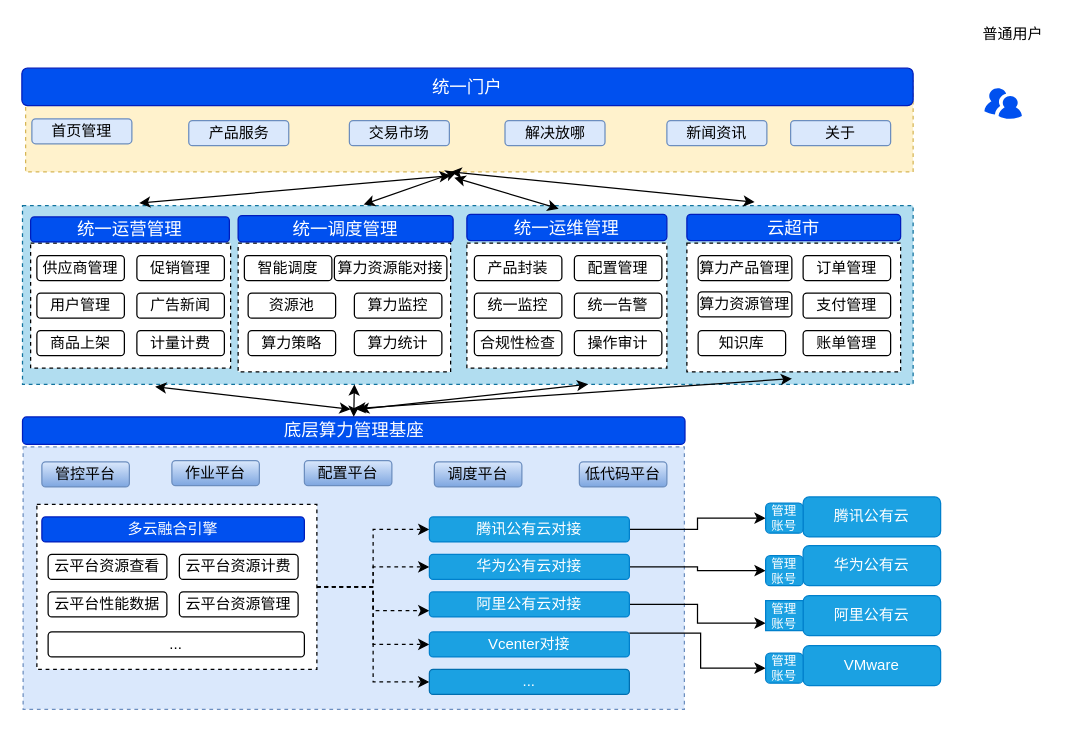
Earlier version of the draw.io diagram page "总体建设方案" (7 of 9) of Some CMP Arc.drawio (GrissonWu07/somearc). Source tidied: cells renumbered, new cells numbered last; positions are measured from the earlier drawing's top-left corner, leaving out a move shared by most shapes. Both pictures are drawn from the tidied source at 125%, with x=0, y=0 at pixel (21, 21).
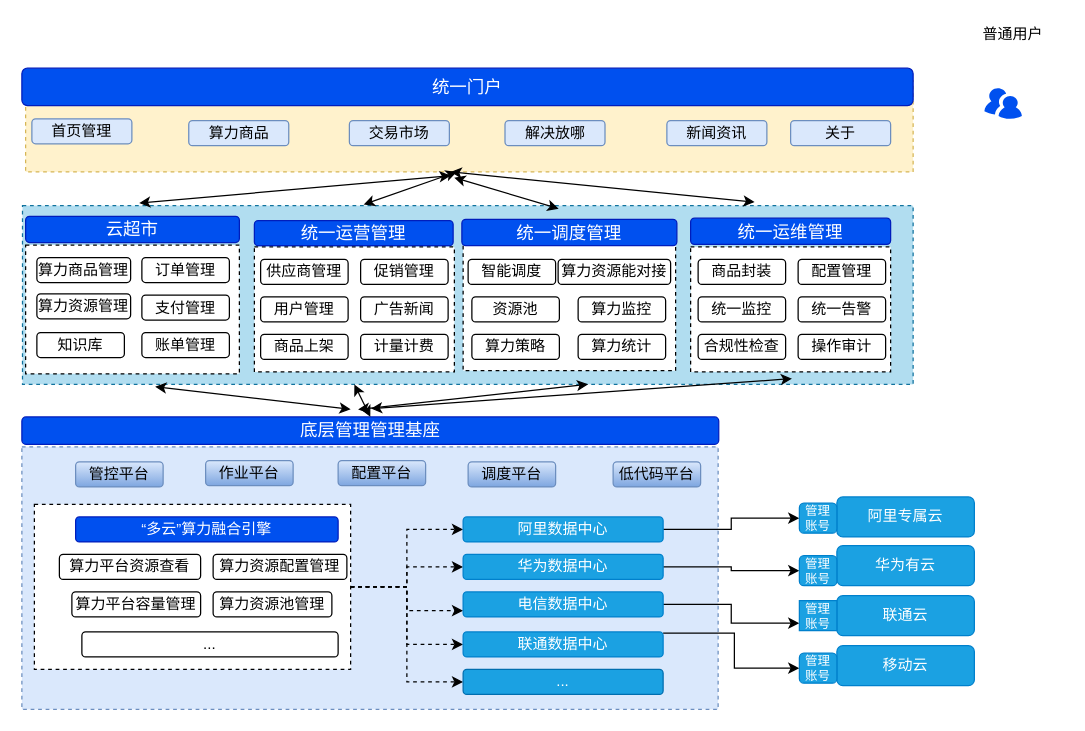
The same page after the edit.

Diff of the diagram source:
```diff
@@
     <mxCell id="2" style="rounded=0;whiteSpace=wrap;html=1;dashed=1;fillColor=#dae8fc;strokeColor=#6c8ebf;gradientColor=none;" parent="1" vertex="1">
-      <mxGeometry x="1" y="340" width="529" height="210" as="geometry" />
+      <mxGeometry y="340" width="557" height="210" as="geometry" />
     </mxCell>
@@
     <mxCell id="10" style="rounded=0;whiteSpace=wrap;html=1;dashed=1;" parent="1" vertex="1">
-      <mxGeometry x="12" y="386" width="224" height="132" as="geometry" />
+      <mxGeometry x="10" y="386" width="253" height="132" as="geometry" />
     </mxCell>
     <mxCell id="11" style="rounded=0;whiteSpace=wrap;html=1;dashed=1;" parent="1" vertex="1">
-      <mxGeometry x="173" y="177" width="170" height="103" as="geometry" />
+      <mxGeometry x="353" y="176" width="170" height="103" as="geometry" />
     </mxCell>
     <mxCell id="12" style="rounded=0;whiteSpace=wrap;html=1;dashed=1;" parent="1" vertex="1">
-      <mxGeometry x="356" y="177" width="160" height="100" as="geometry" />
+      <mxGeometry x="535" y="180" width="160" height="100" as="geometry" />
     </mxCell>
     <mxCell id="13" style="rounded=0;whiteSpace=wrap;html=1;dashed=1;" parent="1" vertex="1">
-      <mxGeometry x="7" y="177" width="160" height="100" as="geometry" />
+      <mxGeometry x="186" y="180" width="160" height="100" as="geometry" />
     </mxCell>
@@
-    <mxCell id="15" value="产品服务" style="rounded=1;whiteSpace=wrap;html=1;fillColor=#dae8fc;strokeColor=#6c8ebf;" parent="1" vertex="1">
+    <mxCell id="15" value="算力商品" style="rounded=1;whiteSpace=wrap;html=1;fillColor=#dae8fc;strokeColor=#6c8ebf;" parent="1" vertex="1">
       <mxGeometry x="133.5" y="79" width="80" height="20" as="geometry" />
     </mxCell>
@@
     <mxCell id="18" value="统一运营管理" style="rounded=1;whiteSpace=wrap;html=1;fillColor=#0050ef;strokeColor=#001DBC;fontSize=14;fontColor=#ffffff;" parent="1" vertex="1">
-      <mxGeometry x="7" y="156" width="159" height="20" as="geometry" />
+      <mxGeometry x="186" y="159" width="159" height="20" as="geometry" />
     </mxCell>
     <mxCell id="19" value="统一调度管理" style="rounded=1;whiteSpace=wrap;html=1;fillColor=#0050ef;strokeColor=#001DBC;fontSize=14;fontColor=#ffffff;" parent="1" vertex="1">
-      <mxGeometry x="173" y="155" width="172" height="21" as="geometry" />
+      <mxGeometry x="352" y="158" width="172" height="21" as="geometry" />
     </mxCell>
     <mxCell id="20" value="统一运维管理" style="rounded=1;whiteSpace=wrap;html=1;fillColor=#0050ef;strokeColor=#001DBC;fontSize=14;fontColor=#ffffff;" parent="1" vertex="1">
-      <mxGeometry x="356" y="154" width="160" height="21" as="geometry" />
+      <mxGeometry x="535" y="157" width="160" height="21" as="geometry" />
     </mxCell>
     <mxCell id="21" value="供应商管理" style="rounded=1;whiteSpace=wrap;html=1;" parent="1" vertex="1">
-      <mxGeometry x="12" y="187" width="70" height="20" as="geometry" />
+      <mxGeometry x="191" y="190" width="70" height="20" as="geometry" />
     </mxCell>
     <mxCell id="22" value="用户管理" style="rounded=1;whiteSpace=wrap;html=1;" parent="1" vertex="1">
-      <mxGeometry x="12" y="217" width="70" height="20" as="geometry" />
+      <mxGeometry x="191" y="220" width="70" height="20" as="geometry" />
     </mxCell>
     <mxCell id="23" value="商品上架" style="rounded=1;whiteSpace=wrap;html=1;" parent="1" vertex="1">
-      <mxGeometry x="12" y="247" width="70" height="20" as="geometry" />
+      <mxGeometry x="191" y="250" width="70" height="20" as="geometry" />
     </mxCell>
     <mxCell id="24" value="促销管理" style="rounded=1;whiteSpace=wrap;html=1;" parent="1" vertex="1">
-      <mxGeometry x="92" y="187" width="70" height="20" as="geometry" />
+      <mxGeometry x="271" y="190" width="70" height="20" as="geometry" />
     </mxCell>
     <mxCell id="25" value="广告新闻" style="rounded=1;whiteSpace=wrap;html=1;" parent="1" vertex="1">
-      <mxGeometry x="92" y="217" width="70" height="20" as="geometry" />
+      <mxGeometry x="271" y="220" width="70" height="20" as="geometry" />
     </mxCell>
     <mxCell id="26" value="计量计费" style="rounded=1;whiteSpace=wrap;html=1;" parent="1" vertex="1">
-      <mxGeometry x="92" y="247" width="70" height="20" as="geometry" />
+      <mxGeometry x="271" y="250" width="70" height="20" as="geometry" />
     </mxCell>
     <mxCell id="27" value="智能调度" style="rounded=1;whiteSpace=wrap;html=1;" parent="1" vertex="1">
-      <mxGeometry x="178" y="187" width="70" height="20" as="geometry" />
+      <mxGeometry x="357" y="190" width="70" height="20" as="geometry" />
     </mxCell>
     <mxCell id="28" value="资源池" style="rounded=1;whiteSpace=wrap;html=1;" parent="1" vertex="1">
-      <mxGeometry x="181" y="217" width="70" height="20" as="geometry" />
+      <mxGeometry x="360" y="220" width="70" height="20" as="geometry" />
     </mxCell>
     <mxCell id="29" value="算力策略" style="rounded=1;whiteSpace=wrap;html=1;" parent="1" vertex="1">
-      <mxGeometry x="181" y="247" width="70" height="20" as="geometry" />
+      <mxGeometry x="360" y="250" width="70" height="20" as="geometry" />
     </mxCell>
     <mxCell id="30" value="算力资源能对接" style="rounded=1;whiteSpace=wrap;html=1;" parent="1" vertex="1">
-      <mxGeometry x="250" y="187" width="90" height="20" as="geometry" />
+      <mxGeometry x="429" y="190" width="90" height="20" as="geometry" />
     </mxCell>
     <mxCell id="31" value="算力监控" style="rounded=1;whiteSpace=wrap;html=1;" parent="1" vertex="1">
-      <mxGeometry x="266" y="217" width="70" height="20" as="geometry" />
+      <mxGeometry x="445" y="220" width="70" height="20" as="geometry" />
     </mxCell>
     <mxCell id="32" value="算力统计" style="rounded=1;whiteSpace=wrap;html=1;" parent="1" vertex="1">
-      <mxGeometry x="266" y="247" width="70" height="20" as="geometry" />
+      <mxGeometry x="445" y="250" width="70" height="20" as="geometry" />
     </mxCell>
-    <mxCell id="33" value="产品封装" style="rounded=1;whiteSpace=wrap;html=1;" parent="1" vertex="1">
-      <mxGeometry x="362" y="187" width="70" height="20" as="geometry" />
+    <mxCell id="33" value="商品封装" style="rounded=1;whiteSpace=wrap;html=1;" parent="1" vertex="1">
+      <mxGeometry x="541" y="190" width="70" height="20" as="geometry" />
     </mxCell>
     <mxCell id="34" value="统一监控" style="rounded=1;whiteSpace=wrap;html=1;" parent="1" vertex="1">
-      <mxGeometry x="362" y="217" width="70" height="20" as="geometry" />
+      <mxGeometry x="541" y="220" width="70" height="20" as="geometry" />
     </mxCell>
     <mxCell id="35" value="合规性检查" style="rounded=1;whiteSpace=wrap;html=1;" parent="1" vertex="1">
-      <mxGeometry x="362" y="247" width="70" height="20" as="geometry" />
+      <mxGeometry x="541" y="250" width="70" height="20" as="geometry" />
     </mxCell>
     <mxCell id="36" value="配置管理" style="rounded=1;whiteSpace=wrap;html=1;" parent="1" vertex="1">
-      <mxGeometry x="442" y="187" width="70" height="20" as="geometry" />
+      <mxGeometry x="621" y="190" width="70" height="20" as="geometry" />
     </mxCell>
     <mxCell id="37" value="统一告警" style="rounded=1;whiteSpace=wrap;html=1;" parent="1" vertex="1">
-      <mxGeometry x="442" y="217" width="70" height="20" as="geometry" />
+      <mxGeometry x="621" y="220" width="70" height="20" as="geometry" />
     </mxCell>
     <mxCell id="38" value="操作审计" style="rounded=1;whiteSpace=wrap;html=1;" parent="1" vertex="1">
-      <mxGeometry x="442" y="247" width="70" height="20" as="geometry" />
+      <mxGeometry x="621" y="250" width="70" height="20" as="geometry" />
     </mxCell>
-    <mxCell id="39" value="底层算力管理基座" style="rounded=1;whiteSpace=wrap;html=1;fillColor=#0050ef;strokeColor=#001DBC;fontColor=#ffffff;fontSize=14;" parent="1" vertex="1">
-      <mxGeometry x="0.5" y="316" width="530" height="22" as="geometry" />
+    <mxCell id="39" value="底层管理管理基座" style="rounded=1;whiteSpace=wrap;html=1;fillColor=#0050ef;strokeColor=#001DBC;fontColor=#ffffff;fontSize=14;" parent="1" vertex="1">
+      <mxGeometry y="316" width="557.5" height="22" as="geometry" />
     </mxCell>
     <mxCell id="40" value="管控平台" style="rounded=1;whiteSpace=wrap;html=1;fillColor=#dae8fc;strokeColor=#6c8ebf;gradientColor=#7ea6e0;" parent="1" vertex="1">
-      <mxGeometry x="16" y="352" width="70" height="20" as="geometry" />
+      <mxGeometry x="43" y="352" width="70" height="20" as="geometry" />
     </mxCell>
     <mxCell id="41" value="作业平台" style="rounded=1;whiteSpace=wrap;html=1;fillColor=#dae8fc;strokeColor=#6c8ebf;gradientColor=#7ea6e0;" parent="1" vertex="1">
-      <mxGeometry x="120" y="351" width="70" height="20" as="geometry" />
+      <mxGeometry x="147" y="351" width="70" height="20" as="geometry" />
     </mxCell>
     <mxCell id="42" value="配置平台" style="rounded=1;whiteSpace=wrap;html=1;fillColor=#dae8fc;strokeColor=#6c8ebf;gradientColor=#7ea6e0;" parent="1" vertex="1">
-      <mxGeometry x="226" y="351" width="70" height="20" as="geometry" />
+      <mxGeometry x="253" y="351" width="70" height="20" as="geometry" />
     </mxCell>
     <mxCell id="43" value="调度平台" style="rounded=1;whiteSpace=wrap;html=1;fillColor=#dae8fc;strokeColor=#6c8ebf;gradientColor=#7ea6e0;" parent="1" vertex="1">
-      <mxGeometry x="330" y="352" width="70" height="20" as="geometry" />
+      <mxGeometry x="357" y="352" width="70" height="20" as="geometry" />
     </mxCell>
     <mxCell id="44" value="低代码平台" style="rounded=1;whiteSpace=wrap;html=1;fillColor=#dae8fc;strokeColor=#6c8ebf;gradientColor=#7ea6e0;" parent="1" vertex="1">
-      <mxGeometry x="446" y="352" width="70" height="20" as="geometry" />
+      <mxGeometry x="473" y="352" width="70" height="20" as="geometry" />
     </mxCell>
-    <mxCell id="45" value="多云融合引擎" style="rounded=1;whiteSpace=wrap;html=1;fillColor=#0050ef;strokeColor=#001DBC;fontColor=#ffffff;" parent="1" vertex="1">
-      <mxGeometry x="16" y="396" width="210" height="20" as="geometry" />
+    <mxCell id="45" value="“多云”算力融合引擎" style="rounded=1;whiteSpace=wrap;html=1;fillColor=#0050ef;strokeColor=#001DBC;fontColor=#ffffff;" parent="1" vertex="1">
+      <mxGeometry x="43" y="396" width="210" height="20" as="geometry" />
     </mxCell>
-    <mxCell id="46" value="云平台资源查看" style="rounded=1;whiteSpace=wrap;html=1;" parent="1" vertex="1">
-      <mxGeometry x="21" y="426" width="95" height="20" as="geometry" />
+    <mxCell id="46" value="算力平台资源查看" style="rounded=1;whiteSpace=wrap;html=1;" parent="1" vertex="1">
+      <mxGeometry x="30" y="426" width="113" height="20" as="geometry" />
     </mxCell>
-    <mxCell id="47" value="云平台性能数据" style="rounded=1;whiteSpace=wrap;html=1;" parent="1" vertex="1">
-      <mxGeometry x="21" y="456" width="95" height="20" as="geometry" />
+    <mxCell id="47" value="算力平台容量管理" style="rounded=1;whiteSpace=wrap;html=1;" parent="1" vertex="1">
+      <mxGeometry x="40" y="456" width="103" height="20" as="geometry" />
     </mxCell>
-    <mxCell id="48" value="云平台资源计费" style="rounded=1;whiteSpace=wrap;html=1;" parent="1" vertex="1">
-      <mxGeometry x="126" y="426" width="95" height="20" as="geometry" />
+    <mxCell id="48" value="算力资源配置管理" style="rounded=1;whiteSpace=wrap;html=1;" parent="1" vertex="1">
+      <mxGeometry x="153" y="426" width="107" height="20" as="geometry" />
     </mxCell>
-    <mxCell id="49" value="云平台资源管理" style="rounded=1;whiteSpace=wrap;html=1;" parent="1" vertex="1">
-      <mxGeometry x="126" y="456" width="95" height="20" as="geometry" />
+    <mxCell id="49" value="算力资源池管理" style="rounded=1;whiteSpace=wrap;html=1;" parent="1" vertex="1">
+      <mxGeometry x="153" y="456" width="95" height="20" as="geometry" />
     </mxCell>
@@
-    <mxCell id="51" value="腾讯公有云对接" style="rounded=1;whiteSpace=wrap;html=1;fillColor=#1ba1e2;strokeColor=#0080cc;fontColor=#ffffff;" parent="1" vertex="1">
-      <mxGeometry x="326" y="396" width="160" height="20" as="geometry" />
+    <mxCell id="51" value="阿里数据中心" style="rounded=1;whiteSpace=wrap;html=1;fillColor=#1ba1e2;strokeColor=#0080cc;fontColor=#ffffff;" parent="1" vertex="1">
+      <mxGeometry x="353" y="396" width="160" height="20" as="geometry" />
     </mxCell>
     <mxCell id="52" value="..." style="rounded=1;whiteSpace=wrap;html=1;" parent="1" vertex="1">
-      <mxGeometry x="21" y="488" width="205" height="20" as="geometry" />
+      <mxGeometry x="48" y="488" width="205" height="20" as="geometry" />
     </mxCell>
@@
-    <mxCell id="54" value="华为公有云对接" style="rounded=1;whiteSpace=wrap;html=1;fillColor=#1ba1e2;strokeColor=#0080cc;fontColor=#ffffff;" parent="1" vertex="1">
-      <mxGeometry x="326" y="426" width="160" height="20" as="geometry" />
+    <mxCell id="54" value="华为数据中心" style="rounded=1;whiteSpace=wrap;html=1;fillColor=#1ba1e2;strokeColor=#0080cc;fontColor=#ffffff;" parent="1" vertex="1">
+      <mxGeometry x="353" y="426" width="160" height="20" as="geometry" />
     </mxCell>
@@
-    <mxCell id="56" value="阿里公有云对接" style="rounded=1;whiteSpace=wrap;html=1;fillColor=#1ba1e2;strokeColor=#0080cc;fontColor=#ffffff;" parent="1" vertex="1">
-      <mxGeometry x="326" y="456" width="160" height="20" as="geometry" />
+    <mxCell id="56" value="电信数据中心" style="rounded=1;whiteSpace=wrap;html=1;fillColor=#1ba1e2;strokeColor=#0080cc;fontColor=#ffffff;" parent="1" vertex="1">
+      <mxGeometry x="353" y="456" width="160" height="20" as="geometry" />
     </mxCell>
     <mxCell id="57" style="edgeStyle=orthogonalEdgeStyle;rounded=0;jettySize=auto;html=1;entryX=0;entryY=0.5;entryDx=0;entryDy=0;" parent="1" edge="1" source="58" target="69">
       <mxGeometry relative="1" as="geometry">
         <Array as="points">
-          <mxPoint x="543" y="489" />
-          <mxPoint x="543" y="517" />
+          <mxPoint x="570" y="489" />
+          <mxPoint x="570" y="517" />
         </Array>
       </mxGeometry>
     </mxCell>
-    <mxCell id="58" value="Vcenter对接" style="rounded=1;whiteSpace=wrap;html=1;fillColor=#1ba1e2;strokeColor=#0080cc;fontColor=#ffffff;" parent="1" vertex="1">
-      <mxGeometry x="326" y="488" width="160" height="20" as="geometry" />
+    <mxCell id="58" value="联通数据中心" style="rounded=1;whiteSpace=wrap;html=1;fillColor=#1ba1e2;strokeColor=#0080cc;fontColor=#ffffff;" parent="1" vertex="1">
+      <mxGeometry x="353" y="488" width="160" height="20" as="geometry" />
     </mxCell>
     <mxCell id="59" value="..." style="rounded=1;whiteSpace=wrap;html=1;fillColor=#1ba1e2;strokeColor=#006EAF;fontColor=#ffffff;" parent="1" vertex="1">
-      <mxGeometry x="326" y="518" width="160" height="20" as="geometry" />
+      <mxGeometry x="353" y="518" width="160" height="20" as="geometry" />
     </mxCell>
@@
-    <mxCell id="62" value="腾讯公有云" style="rounded=1;whiteSpace=wrap;html=1;fillColor=#1ba1e2;strokeColor=#0080cc;fontColor=#ffffff;" parent="1" vertex="1">
-      <mxGeometry x="625" y="380" width="110" height="32" as="geometry" />
+    <mxCell id="62" value="阿里专属云" style="rounded=1;whiteSpace=wrap;html=1;fillColor=#1ba1e2;strokeColor=#0080cc;fontColor=#ffffff;" parent="1" vertex="1">
+      <mxGeometry x="652" y="380" width="110" height="32" as="geometry" />
     </mxCell>
-    <mxCell id="63" value="华为公有云" style="rounded=1;whiteSpace=wrap;html=1;fillColor=#1ba1e2;strokeColor=#0080cc;fontColor=#ffffff;" parent="1" vertex="1">
-      <mxGeometry x="625" y="419" width="110" height="32" as="geometry" />
+    <mxCell id="63" value="华为有云" style="rounded=1;whiteSpace=wrap;html=1;fillColor=#1ba1e2;strokeColor=#0080cc;fontColor=#ffffff;" parent="1" vertex="1">
+      <mxGeometry x="652" y="419" width="110" height="32" as="geometry" />
     </mxCell>
-    <mxCell id="64" value="阿里公有云" style="rounded=1;whiteSpace=wrap;html=1;fillColor=#1ba1e2;strokeColor=#0080cc;fontColor=#ffffff;" parent="1" vertex="1">
-      <mxGeometry x="625" y="459" width="110" height="32" as="geometry" />
+    <mxCell id="64" value="联通云" style="rounded=1;whiteSpace=wrap;html=1;fillColor=#1ba1e2;strokeColor=#0080cc;fontColor=#ffffff;" parent="1" vertex="1">
+      <mxGeometry x="652" y="459" width="110" height="32" as="geometry" />
     </mxCell>
-    <mxCell id="65" value="VMware" style="rounded=1;whiteSpace=wrap;html=1;fillColor=#1ba1e2;strokeColor=#0080cc;fontColor=#ffffff;" parent="1" vertex="1">
-      <mxGeometry x="625" y="499" width="110" height="32" as="geometry" />
+    <mxCell id="65" value="移动云" style="rounded=1;whiteSpace=wrap;html=1;fillColor=#1ba1e2;strokeColor=#0080cc;fontColor=#ffffff;" parent="1" vertex="1">
+      <mxGeometry x="652" y="499" width="110" height="32" as="geometry" />
     </mxCell>
     <mxCell id="66" value="管理账号" style="rounded=1;whiteSpace=wrap;html=1;fillColor=#1ba1e2;strokeColor=#0080cc;fontColor=#ffffff;fontSize=10;" parent="1" vertex="1">
-      <mxGeometry x="595" y="385" width="30" height="24" as="geometry" />
+      <mxGeometry x="622" y="385" width="30" height="24" as="geometry" />
     </mxCell>
     <mxCell id="67" value="管理账号" style="rounded=1;whiteSpace=wrap;html=1;fillColor=#1ba1e2;strokeColor=#0080cc;fontColor=#ffffff;fontSize=10;" parent="1" vertex="1">
-      <mxGeometry x="595" y="427" width="30" height="24" as="geometry" />
+      <mxGeometry x="622" y="427" width="30" height="24" as="geometry" />
     </mxCell>
     <mxCell id="68" value="管理账号" style="rounded=1;whiteSpace=wrap;html=1;fillColor=#1ba1e2;strokeColor=#0080cc;fontColor=#ffffff;arcSize=0;fontSize=10;" parent="1" vertex="1">
-      <mxGeometry x="595" y="463" width="30" height="24" as="geometry" />
+      <mxGeometry x="622" y="463" width="30" height="24" as="geometry" />
     </mxCell>
     <mxCell id="69" value="管理账号" style="rounded=1;whiteSpace=wrap;html=1;fillColor=#1ba1e2;strokeColor=#0080cc;fontColor=#ffffff;fontSize=10;" parent="1" vertex="1">
-      <mxGeometry x="595" y="505" width="30" height="24" as="geometry" />
+      <mxGeometry x="622" y="505" width="30" height="24" as="geometry" />
     </mxCell>
@@
     <mxCell id="79" style="rounded=0;whiteSpace=wrap;html=1;dashed=1;" parent="1" vertex="1">
-      <mxGeometry x="532" y="177" width="171" height="103" as="geometry" />
+      <mxGeometry x="3" y="178.5" width="171" height="103" as="geometry" />
     </mxCell>
     <mxCell id="80" value="云超市" style="rounded=1;whiteSpace=wrap;html=1;fillColor=#0050ef;strokeColor=#001DBC;fontSize=14;fontColor=#ffffff;" parent="1" vertex="1">
-      <mxGeometry x="532" y="154" width="171" height="21" as="geometry" />
+      <mxGeometry x="3" y="155.5" width="171" height="21" as="geometry" />
     </mxCell>
-    <mxCell id="81" value="算力产品管理" style="rounded=1;whiteSpace=wrap;html=1;" parent="1" vertex="1">
-      <mxGeometry x="541" y="187" width="75" height="20" as="geometry" />
+    <mxCell id="81" value="算力商品管理" style="rounded=1;whiteSpace=wrap;html=1;" parent="1" vertex="1">
+      <mxGeometry x="12" y="188.5" width="75" height="20" as="geometry" />
     </mxCell>
     <mxCell id="82" value="知识库" style="rounded=1;whiteSpace=wrap;html=1;" parent="1" vertex="1">
-      <mxGeometry x="541" y="247" width="70" height="20" as="geometry" />
+      <mxGeometry x="12" y="248.5" width="70" height="20" as="geometry" />
     </mxCell>
     <mxCell id="83" value="订单管理" style="rounded=1;whiteSpace=wrap;html=1;" parent="1" vertex="1">
-      <mxGeometry x="625" y="187" width="70" height="20" as="geometry" />
+      <mxGeometry x="96" y="188.5" width="70" height="20" as="geometry" />
     </mxCell>
     <mxCell id="84" value="支付管理" style="rounded=1;whiteSpace=wrap;html=1;" parent="1" vertex="1">
-      <mxGeometry x="625" y="217" width="70" height="20" as="geometry" />
+      <mxGeometry x="96" y="218.5" width="70" height="20" as="geometry" />
     </mxCell>
     <mxCell id="85" value="账单管理" style="rounded=1;whiteSpace=wrap;html=1;" parent="1" vertex="1">
-      <mxGeometry x="625" y="247" width="70" height="20" as="geometry" />
+      <mxGeometry x="96" y="248.5" width="70" height="20" as="geometry" />
     </mxCell>
     <mxCell id="86" value="算力资源管理" style="rounded=1;whiteSpace=wrap;html=1;" parent="1" vertex="1">
-      <mxGeometry x="541" y="216" width="75" height="20" as="geometry" />
+      <mxGeometry x="12" y="217.5" width="75" height="20" as="geometry" />
     </mxCell>
```
